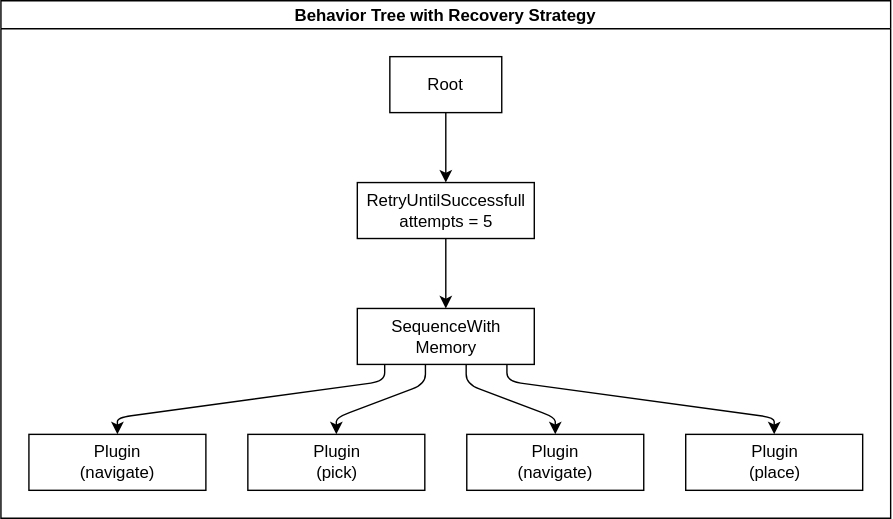
This is docs/source/graphics/scxml_tutorial_ros_fetch_and_carry_bt_retry.drawio.svg from convince-project/AS2FM, a draw.io export, as it was before one commit. Source tidied: cells renumbered, new cells last; positions are measured from the earlier drawing's top-left corner, leaving out a move shared by most shapes.
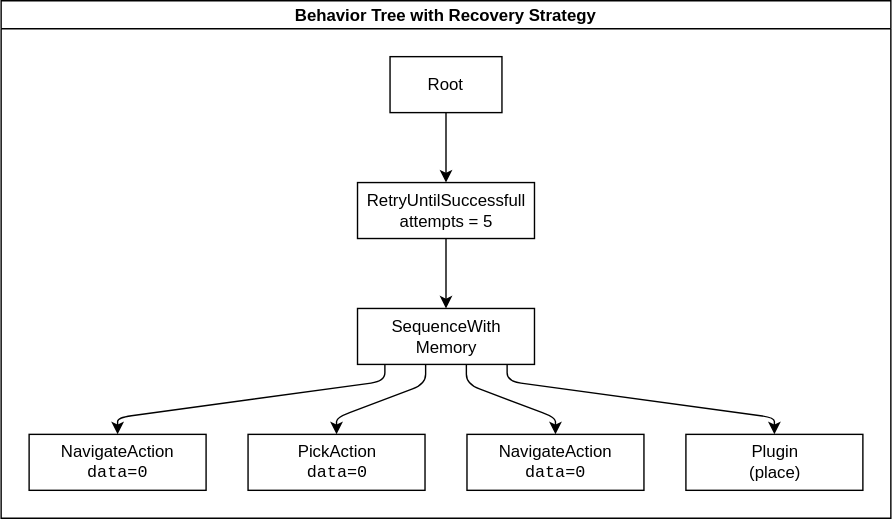
After the commit.

Commit message:
rework tutorial

The edit, as a diff of the source:
```diff
@@ -38,7 +38,7 @@
         </Array>
       </mxGeometry>
     </mxCell>
-    <mxCell id="9" value="Plugin&lt;br&gt;(navigate)" style="whiteSpace=wrap;html=1;" parent="2" vertex="1">
+    <mxCell id="9" value="NavigateAction&lt;br&gt;&lt;font face=&quot;Courier New&quot;&gt;data=0&lt;/font&gt;" style="whiteSpace=wrap;html=1;" parent="2" vertex="1">
       <mxGeometry x="20" y="310" width="126.5" height="40" as="geometry" />
     </mxCell>
     <mxCell id="10" style="edgeStyle=none;html=1;noEdgeStyle=1;orthogonal=1;" parent="2" edge="1" source="7" target="11">
@@ -49,7 +49,7 @@
         </Array>
       </mxGeometry>
     </mxCell>
-    <mxCell id="11" value="Plugin&lt;br&gt;(pick)" style="whiteSpace=wrap;html=1;" parent="2" vertex="1">
+    <mxCell id="11" value="PickAction&lt;br&gt;&lt;font face=&quot;Courier New&quot;&gt;data=0&lt;/font&gt;" style="whiteSpace=wrap;html=1;" parent="2" vertex="1">
       <mxGeometry x="176.5" y="310" width="126.5" height="40" as="geometry" />
     </mxCell>
     <mxCell id="12" style="edgeStyle=none;html=1;noEdgeStyle=1;orthogonal=1;" parent="2" edge="1" source="7" target="13">
@@ -60,7 +60,7 @@
         </Array>
       </mxGeometry>
     </mxCell>
-    <mxCell id="13" value="Plugin&lt;br&gt;(navigate)" style="whiteSpace=wrap;html=1;" parent="2" vertex="1">
+    <mxCell id="13" value="NavigateAction&lt;br&gt;&lt;font face=&quot;Courier New&quot;&gt;data=0&lt;/font&gt;" style="whiteSpace=wrap;html=1;" parent="2" vertex="1">
       <mxGeometry x="333" y="310" width="126.5" height="40" as="geometry" />
     </mxCell>
     <mxCell id="14" style="edgeStyle=none;html=1;noEdgeStyle=1;orthogonal=1;" parent="2" edge="1" source="7" target="15">
```
